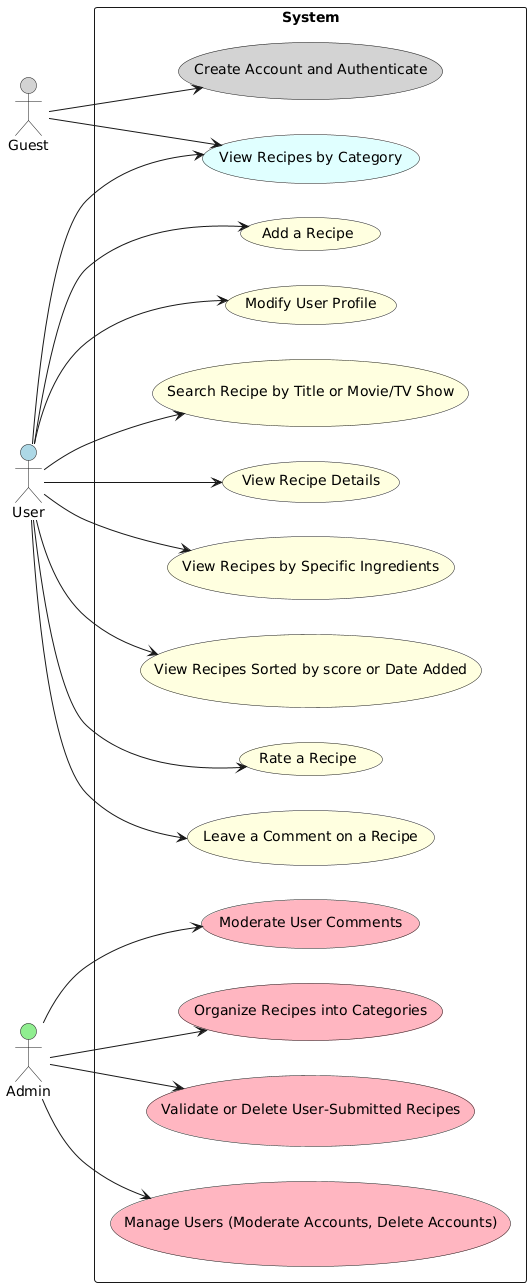
The PlantUML diagram conception/diagrammes/use_cases.png in josephDelnord/cinesaveurs, before a commit.
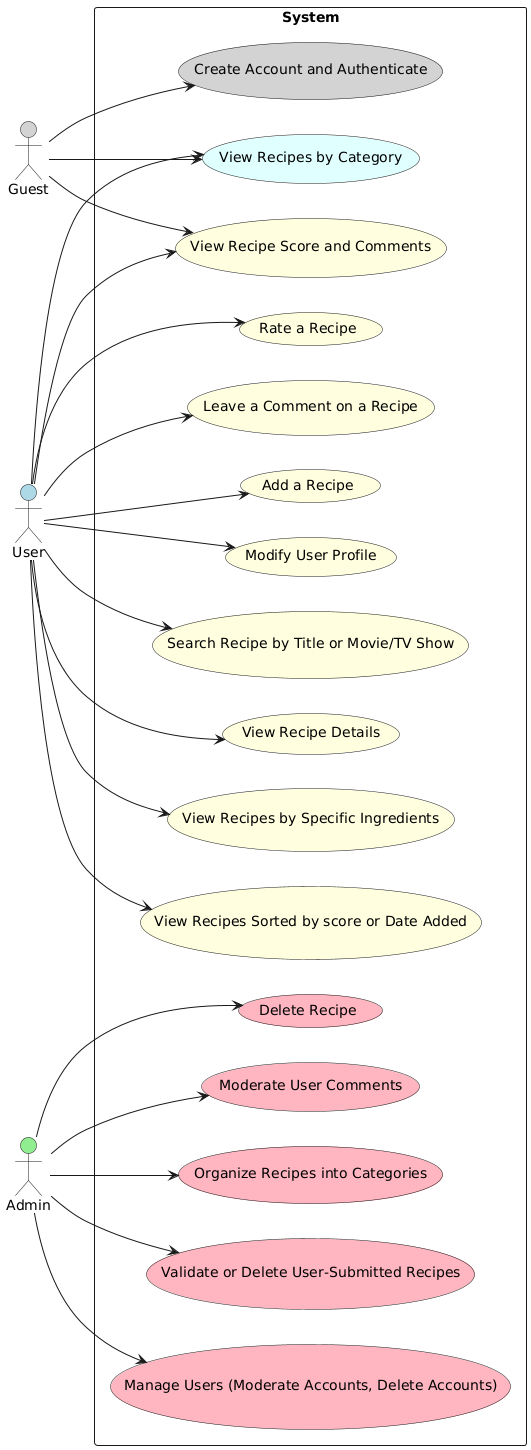
After the commit.

What changed in the source:
```diff
@@ -17,15 +17,17 @@
   usecase "Rate a Recipe" as UC8 #lightyellow
   usecase "View Recipes Sorted by score or Date Added" as UC10 #lightyellow
   usecase "View Recipes by Specific Ingredients" as UC11 #lightyellow
-
   usecase "Manage Users (Moderate Accounts, Delete Accounts)" as UC12 #lightpink
   usecase "Validate or Delete User-Submitted Recipes" as UC13 #lightpink
   usecase "Organize Recipes into Categories" as UC14 #lightpink
   usecase "Moderate User Comments" as UC15 #lightpink
+  usecase "Delete Recipe" as UC16 #lightpink
+  usecase "View Recipe Score and Comments" as UC17 #lightyellow
 }
 
 G -down-> UC1
 G -down-> UC4
+G -down-> UC17
 
 U -down-> UC1
 U -down-> UC2
@@ -36,9 +38,11 @@
 U -down-> UC8
 U -down-> UC10
 U -down-> UC11
+U -down-> UC17
 
 A -down-> UC12
 A -down-> UC13
 A -down-> UC14
 A -down-> UC15
+A -down-> UC16
 @enduml
```
